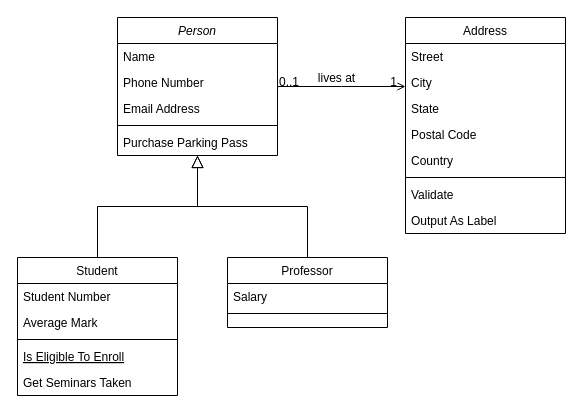
Before: back_end/db-diagram/Untitled Diagram.drawio in K-I-TEAM/financialApp, a draw.io diagram. Source tidied: cells renumbered, new cells numbered last; positions are measured from the earlier drawing's top-left corner, leaving out a move shared by most shapes. Both pictures are drawn from the tidied source at 100%, with x=0, y=0 at pixel (17, 17).
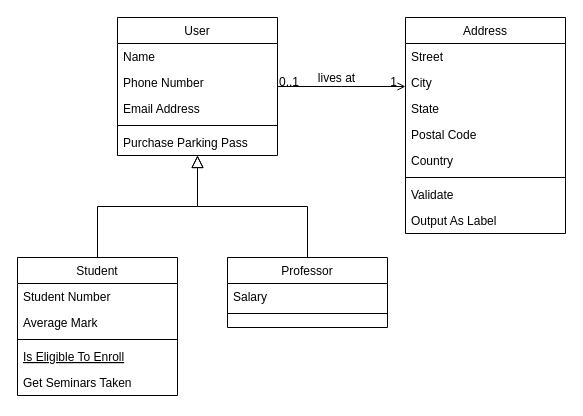
After the change.

Commit message:
finApp-diagram

Change to the diagram source:
```diff
@@
-    <mxCell id="2" value="Person" style="swimlane;fontStyle=2;align=center;verticalAlign=top;horizontal=1;startSize=26;rounded=0;shadow=0;strokeWidth=1;" parent="1" vertex="1">
+    <mxCell id="2" value="User" style="swimlane;fontStyle=0;align=center;verticalAlign=top;horizontal=1;startSize=26;rounded=0;shadow=0;strokeWidth=1;" parent="1" vertex="1">
       <mxGeometry x="100" width="160" height="138" as="geometry" />
     </mxCell>
```
